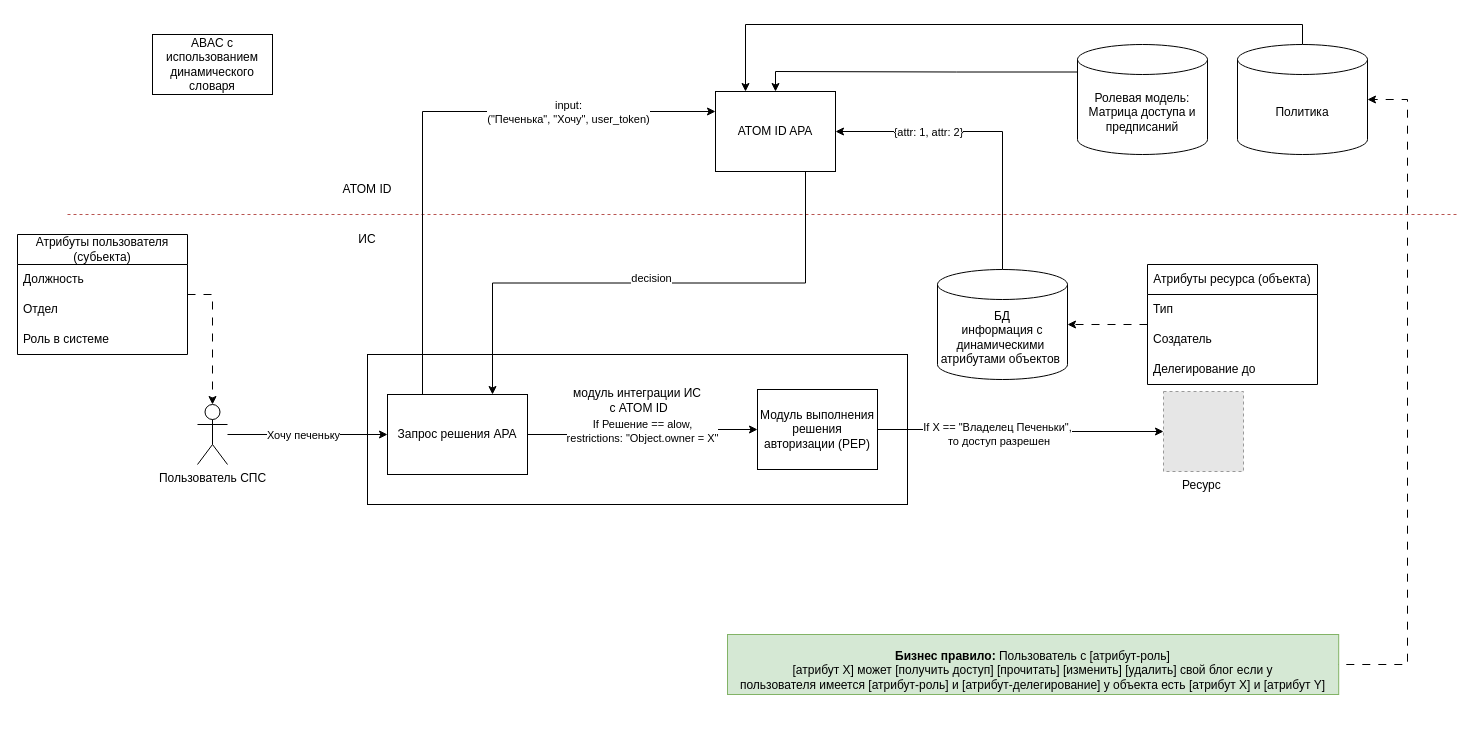
FIR-UIII/notes keeps this draw.io diagram as page "АРХ.AUTHZ.3" (3 of 4) of AppSec/Арх.паттерны.drawio. Above is the earlier version. Source tidied: cells renumbered, new cells numbered last; positions are measured from the earlier drawing's top-left corner, leaving out a move shared by most shapes. Both pictures are drawn from the tidied source at 100%, with x=0, y=0 at pixel (17, 34). Pictures stored in the file or linked from it are replaced by grey dashed boxes.
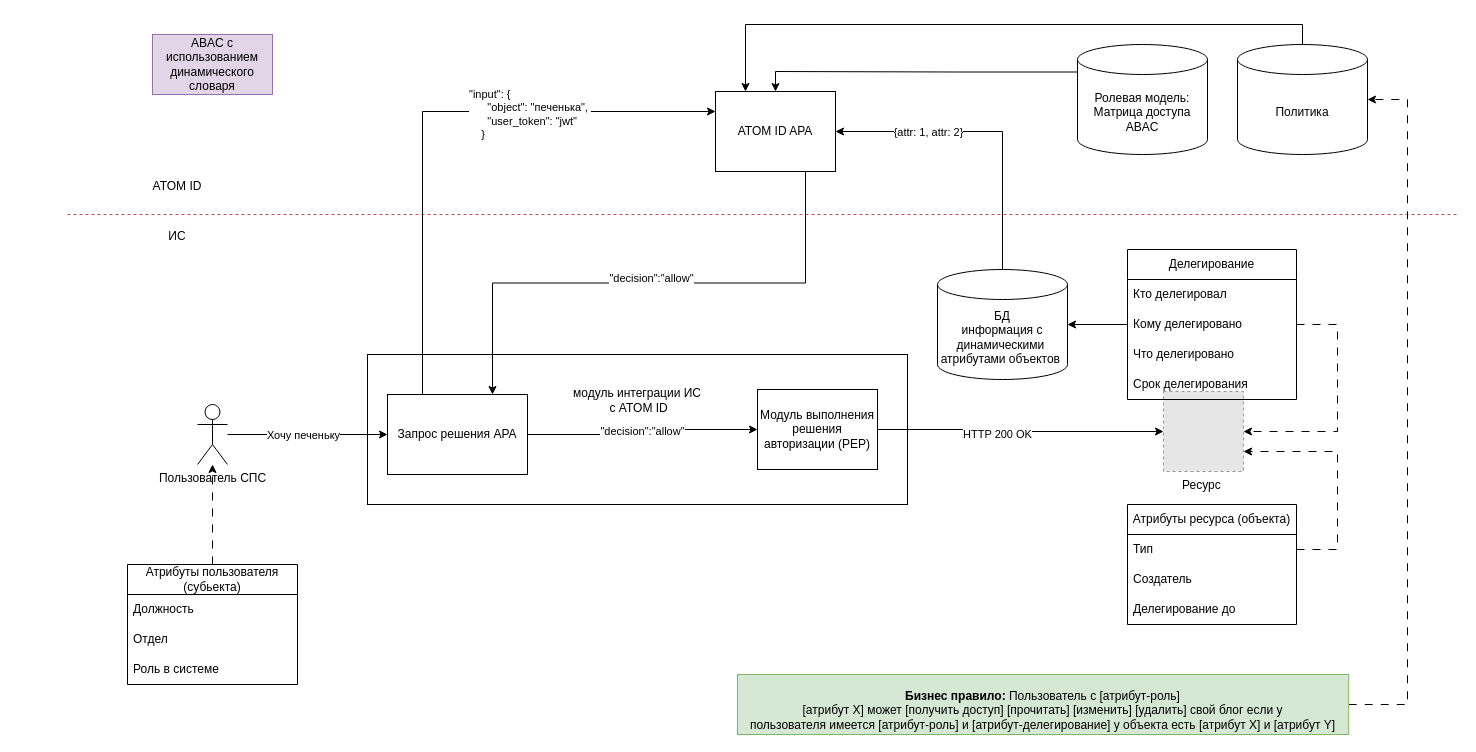
Above is the later version.

The change refers to these unchanged cells:
```xml
<mxCell id="5" style="edgeStyle=orthogonalEdgeStyle;rounded=0;jettySize=auto;html=1;entryX=0;entryY=0.25;entryDx=0;entryDy=0;exitX=0.25;exitY=0;exitDx=0;exitDy=0;" parent="1" edge="1" source="33" target="10">
  <mxGeometry relative="1" as="geometry" />
</mxCell>
<mxCell id="7" value="Модуль выполнения решения авторизации (&lt;span style=&quot;background-color: initial;&quot;&gt;PEP)&lt;/span&gt;" style="rounded=0;whiteSpace=wrap;html=1;" parent="1" vertex="1">
  <mxGeometry x="740" y="355" width="120" height="80" as="geometry" />
</mxCell>
<mxCell id="8" style="edgeStyle=orthogonalEdgeStyle;rounded=0;jettySize=auto;html=1;exitX=0.75;exitY=1;exitDx=0;exitDy=0;entryX=0.75;entryY=0;entryDx=0;entryDy=0;" parent="1" edge="1" source="10" target="33">
  <mxGeometry relative="1" as="geometry" />
</mxCell>
<mxCell id="14" style="edgeStyle=orthogonalEdgeStyle;rounded=0;jettySize=auto;html=1;exitX=1;exitY=0.5;exitDx=0;exitDy=0;entryX=0;entryY=0.5;entryDx=0;entryDy=0;" parent="1" edge="1" source="7" target="16">
  <mxGeometry relative="1" as="geometry" />
</mxCell>
<mxCell id="16" value="Ресурс " style="fillColor=#E6E6E6;strokeColor=#999999;dashed=1;verticalLabelPosition=bottom;labelBackgroundColor=default;verticalAlign=top;" parent="1" vertex="1">
  <mxGeometry x="1146" y="357" width="80" height="80" as="geometry" />
</mxCell>
<mxCell id="32" value="БД&lt;div&gt;информация c динамическими&amp;nbsp; атрибутами объектов&amp;nbsp;&lt;/div&gt;" style="shape=cylinder3;whiteSpace=wrap;html=1;boundedLbl=1;backgroundOutline=1;size=15;" parent="1" vertex="1">
  <mxGeometry x="920" y="235" width="130" height="110" as="geometry" />
</mxCell>
<mxCell id="33" value="Запрос решения APA" style="rounded=0;whiteSpace=wrap;html=1;" parent="1" vertex="1">
  <mxGeometry x="370" y="360" width="140" height="80" as="geometry" />
</mxCell>
<mxCell id="37" value="Политика" style="shape=cylinder3;whiteSpace=wrap;html=1;boundedLbl=1;backgroundOutline=1;size=15;" parent="1" vertex="1">
  <mxGeometry x="1220" y="10" width="130" height="110" as="geometry" />
</mxCell>
```

Diff of the diagram source:
```diff
@@
-    <mxCell id="3" style="edgeStyle=orthogonalEdgeStyle;rounded=0;jettySize=auto;html=1;entryX=1;entryY=0.5;entryDx=0;entryDy=0;entryPerimeter=0;dashed=1;dashPattern=8 8;" parent="1" edge="1" source="24" target="32">
-      <mxGeometry relative="1" as="geometry" />
-    </mxCell>
@@
-    <mxCell id="6" value="input:&lt;br&gt;(&quot;Печенька&quot;, &quot;Хочу&quot;, user_token)" style="edgeLabel;html=1;align=center;verticalAlign=middle;" parent="5" vertex="1">
-      <mxGeometry x="-0.15" relative="1" as="geometry">
-        <mxPoint x="145" y="-38" as="offset" />
-      </mxGeometry>
-    </mxCell>
+    <mxCell id="40" style="edgeLabel;html=1;align=center;verticalAlign=middle;fontFamily=Helvetica;fontSize=11;fontColor=default;labelBackgroundColor=default;fillColor=none;gradientColor=none;" parent="5" vertex="1">
+      <mxGeometry x="0.5" y="1" relative="1" as="geometry" />
+    </mxCell>
+    <mxCell id="41" value="&lt;span style=&quot;&quot;&gt;&quot;input&quot;: { &amp;nbsp; &amp;nbsp; &amp;nbsp;&lt;/span&gt;&lt;br style=&quot;&quot;&gt;&lt;span style=&quot;&quot;&gt;&amp;nbsp; &amp;nbsp; &amp;nbsp; &quot;object&quot;: &quot;печенька&quot;,&amp;nbsp;&lt;/span&gt;&lt;br style=&quot;&quot;&gt;&lt;span style=&quot;&quot;&gt;&amp;nbsp; &amp;nbsp; &amp;nbsp; &quot;user_token&quot;: &quot;jwt&quot;&lt;/span&gt;&lt;br style=&quot;&quot;&gt;&lt;span style=&quot;&quot;&gt;&amp;nbsp; &amp;nbsp; }&lt;/span&gt;" style="edgeLabel;html=1;align=left;verticalAlign=middle;fontFamily=Helvetica;fontSize=11;fontColor=default;labelBackgroundColor=default;fillColor=none;gradientColor=none;" parent="5" vertex="1">
+      <mxGeometry x="0.3" y="-2" relative="1" as="geometry">
+        <mxPoint x="-46" as="offset" />
+      </mxGeometry>
+    </mxCell>
@@
-    <mxCell id="9" value="decision" style="edgeLabel;html=1;align=center;verticalAlign=middle;labelBackgroundColor=default;" parent="8" vertex="1">
+    <mxCell id="9" value="&quot;decision&quot;:&quot;allow&quot;" style="edgeLabel;html=1;align=center;verticalAlign=middle;labelBackgroundColor=default;" parent="8" vertex="1">
       <mxGeometry x="0.16" relative="1" as="geometry">
         <mxPoint x="45" y="-5" as="offset" />
       </mxGeometry>
     </mxCell>
@@
-    <mxCell id="15" value="If X == &quot;Владелец Печеньки&quot;,&lt;br&gt;&amp;nbsp;то доступ разрешен" style="edgeLabel;html=1;align=center;verticalAlign=middle;" parent="14" vertex="1">
+    <mxCell id="15" value="HTTP 200 OK" style="edgeLabel;html=1;align=center;verticalAlign=middle;" parent="14" vertex="1">
       <mxGeometry x="-0.18" y="-4" relative="1" as="geometry">
         <mxPoint x="1" as="offset" />
       </mxGeometry>
     </mxCell>
@@
-    <mxCell id="18" value="Ролевая модель:&lt;br&gt;Матрица доступа и предписаний" style="shape=cylinder3;whiteSpace=wrap;html=1;boundedLbl=1;backgroundOutline=1;size=15;" parent="1" vertex="1">
+    <mxCell id="18" value="Ролевая модель:&lt;br&gt;Матрица доступа ABAC" style="shape=cylinder3;whiteSpace=wrap;html=1;boundedLbl=1;backgroundOutline=1;size=15;" parent="1" vertex="1">
       <mxGeometry x="1060" y="10" width="130" height="110" as="geometry" />
     </mxCell>
@@
     <mxCell id="20" value="Атрибуты пользователя (субьекта)" style="swimlane;fontStyle=0;horizontal=1;startSize=30;whiteSpace=wrap;html=1;" parent="1" vertex="1">
-      <mxGeometry y="200" width="170" height="120" as="geometry" />
+      <mxGeometry x="110" y="530" width="170" height="120" as="geometry" />
     </mxCell>
@@
+    <mxCell id="42" style="edgeStyle=orthogonalEdgeStyle;rounded=0;jettySize=auto;html=1;entryX=1;entryY=0.75;entryDx=0;entryDy=0;fontFamily=Helvetica;fontSize=11;fontColor=default;labelBackgroundColor=default;exitX=1;exitY=0.5;exitDx=0;exitDy=0;dashed=1;dashPattern=8 8;" parent="1" edge="1" source="25" target="16">
+      <mxGeometry relative="1" as="geometry">
+        <Array as="points">
+          <mxPoint x="1320" y="515" />
+          <mxPoint x="1320" y="417" />
+        </Array>
+      </mxGeometry>
+    </mxCell>
     <mxCell id="24" value="Атрибуты ресурса (объекта)" style="swimlane;fontStyle=0;horizontal=1;startSize=30;whiteSpace=wrap;html=1;" parent="1" vertex="1">
-      <mxGeometry x="1130" y="230" width="170" height="120" as="geometry" />
+      <mxGeometry x="1110" y="470" width="169" height="120" as="geometry" />
     </mxCell>
     <mxCell id="25" value="Тип" style="text;strokeColor=none;fillColor=none;align=left;verticalAlign=middle;spacingLeft=4;spacingRight=4;overflow=hidden;points=[[0,0.5],[1,0.5]];portConstraint=eastwest;whiteSpace=wrap;html=1;" parent="24" vertex="1">
-      <mxGeometry y="30" width="170" height="30" as="geometry" />
+      <mxGeometry y="30" width="169" height="30" as="geometry" />
     </mxCell>
     <mxCell id="26" value="Создатель" style="text;strokeColor=none;fillColor=none;align=left;verticalAlign=middle;spacingLeft=4;spacingRight=4;overflow=hidden;whiteSpace=wrap;html=1;" parent="24" vertex="1">
-      <mxGeometry y="60" width="170" height="30" as="geometry" />
+      <mxGeometry y="60" width="169" height="30" as="geometry" />
     </mxCell>
     <mxCell id="27" value="Делегирование до" style="text;strokeColor=none;fillColor=none;align=left;verticalAlign=middle;spacingLeft=4;spacingRight=4;overflow=hidden;whiteSpace=wrap;html=1;" parent="24" vertex="1">
-      <mxGeometry y="90" width="170" height="30" as="geometry" />
+      <mxGeometry y="90" width="169" height="30" as="geometry" />
     </mxCell>
     <mxCell id="28" value="ATOM ID" style="text;html=1;align=center;verticalAlign=middle;whiteSpace=wrap;rounded=0;" parent="1" vertex="1">
-      <mxGeometry x="320" y="140" width="60" height="30" as="geometry" />
+      <mxGeometry x="130" y="137" width="60" height="30" as="geometry" />
     </mxCell>
     <mxCell id="29" value="ИС" style="text;html=1;align=center;verticalAlign=middle;whiteSpace=wrap;rounded=0;" parent="1" vertex="1">
-      <mxGeometry x="320" y="190" width="60" height="30" as="geometry" />
+      <mxGeometry x="130" y="187" width="60" height="30" as="geometry" />
     </mxCell>
@@
-    <mxCell id="34" value="If Решение == alow, &lt;br&gt;restrictions: &quot;Object.owner = X&quot;" style="edgeStyle=orthogonalEdgeStyle;rounded=0;jettySize=auto;html=1;entryX=0;entryY=0.5;entryDx=0;entryDy=0;exitX=1;exitY=0.5;exitDx=0;exitDy=0;" parent="1" edge="1" source="33" target="7">
+    <mxCell id="34" value="&quot;decision&quot;:&quot;allow&quot;" style="edgeStyle=orthogonalEdgeStyle;rounded=0;jettySize=auto;html=1;entryX=0;entryY=0.5;entryDx=0;entryDy=0;exitX=1;exitY=0.5;exitDx=0;exitDy=0;" parent="1" edge="1" source="33" target="7">
       <mxGeometry relative="1" as="geometry" />
     </mxCell>
-    <mxCell id="35" value="ABAC с использованием динамического словаря" style="rounded=0;whiteSpace=wrap;html=1;" parent="1" vertex="1">
+    <mxCell id="35" value="ABAC с использованием динамического словаря" style="rounded=0;whiteSpace=wrap;html=1;fillColor=#e1d5e7;strokeColor=#9673a6;" parent="1" vertex="1">
       <mxGeometry x="135" width="120" height="60" as="geometry" />
     </mxCell>
@@
     <mxCell id="38" style="edgeStyle=orthogonalEdgeStyle;rounded=0;jettySize=auto;html=1;exitX=1;exitY=0.5;exitDx=0;exitDy=0;entryX=1;entryY=0.5;entryDx=0;entryDy=0;entryPerimeter=0;dashed=1;dashPattern=8 8;" parent="1" edge="1" source="39" target="37">
       <mxGeometry relative="1" as="geometry">
         <Array as="points">
-          <mxPoint x="1261" y="630" />
-          <mxPoint x="1390" y="630" />
+          <mxPoint x="1390" y="670" />
           <mxPoint x="1390" y="65" />
         </Array>
       </mxGeometry>
     </mxCell>
     <mxCell id="39" value="&lt;p style=&quot;margin-bottom:0cm;margin-bottom:.0001pt;line-height:&amp;lt;br/&amp;gt;normal&quot; class=&quot;MsoNormal&quot;&gt;&lt;span style=&quot;font-size:9.0pt;mso-bidi-font-size:11.0pt&quot;&gt;&lt;b&gt;Бизнес правило:&lt;/b&gt; Пользователь с [атрибут-роль]&lt;br&gt;[атрибут X] может [получить доступ] [прочитать] [изменить] [удалить] свой блог если у&lt;br&gt;пользователя имеется&amp;nbsp;&lt;/span&gt;[атрибут-роль] и&amp;nbsp;&lt;span style=&quot;background-color: transparent; color: light-dark(rgb(0, 0, 0), rgb(255, 255, 255));&quot;&gt;[атрибут-делегирование]&amp;nbsp;&lt;/span&gt;&lt;span style=&quot;background-color: transparent; color: light-dark(rgb(0, 0, 0), rgb(255, 255, 255)); font-size: 9pt;&quot;&gt;у объекта есть [атрибут X] и&amp;nbsp;&lt;/span&gt;&lt;span style=&quot;background-color: transparent; color: light-dark(rgb(0, 0, 0), rgb(255, 255, 255));&quot;&gt;[атрибут Y]&lt;/span&gt;&lt;/p&gt;" style="rounded=0;whiteSpace=wrap;html=1;fillColor=#d5e8d4;strokeColor=#82b366;" parent="1" vertex="1">
-      <mxGeometry x="710" y="600" width="611.2" height="60" as="geometry" />
+      <mxGeometry x="720" y="640" width="611.2" height="60" as="geometry" />
     </mxCell>
+    <mxCell id="43" value="Делегирование" style="swimlane;fontStyle=0;horizontal=1;startSize=30;whiteSpace=wrap;html=1;" parent="1" vertex="1">
+      <mxGeometry x="1110" y="215" width="169" height="150" as="geometry" />
+    </mxCell>
+    <mxCell id="44" value="Кто делегировал" style="text;strokeColor=none;fillColor=none;align=left;verticalAlign=middle;spacingLeft=4;spacingRight=4;overflow=hidden;whiteSpace=wrap;html=1;" parent="43" vertex="1">
+      <mxGeometry y="30" width="169" height="30" as="geometry" />
+    </mxCell>
+    <mxCell id="45" value="Кому делегировано" style="text;strokeColor=none;fillColor=none;align=left;verticalAlign=middle;spacingLeft=4;spacingRight=4;overflow=hidden;points=[[0,0.5],[1,0.5]];portConstraint=eastwest;whiteSpace=wrap;html=1;" parent="43" vertex="1">
+      <mxGeometry y="60" width="169" height="30" as="geometry" />
+    </mxCell>
+    <mxCell id="46" value="Что делегировано" style="text;strokeColor=none;fillColor=none;align=left;verticalAlign=middle;spacingLeft=4;spacingRight=4;overflow=hidden;whiteSpace=wrap;html=1;" parent="43" vertex="1">
+      <mxGeometry y="90" width="169" height="30" as="geometry" />
+    </mxCell>
+    <mxCell id="47" value="Срок делегирования" style="text;strokeColor=none;fillColor=none;align=left;verticalAlign=middle;spacingLeft=4;spacingRight=4;overflow=hidden;whiteSpace=wrap;html=1;" parent="43" vertex="1">
+      <mxGeometry y="120" width="169" height="30" as="geometry" />
+    </mxCell>
+    <mxCell id="48" style="edgeStyle=orthogonalEdgeStyle;rounded=0;jettySize=auto;html=1;exitX=0;exitY=0.5;exitDx=0;exitDy=0;entryX=1;entryY=0.5;entryDx=0;entryDy=0;entryPerimeter=0;fontFamily=Helvetica;fontSize=11;fontColor=default;labelBackgroundColor=default;" parent="1" edge="1" source="45" target="32">
+      <mxGeometry relative="1" as="geometry" />
+    </mxCell>
+    <mxCell id="49" style="edgeStyle=orthogonalEdgeStyle;rounded=0;jettySize=auto;html=1;exitX=1;exitY=0.5;exitDx=0;exitDy=0;entryX=1;entryY=0.5;entryDx=0;entryDy=0;fontFamily=Helvetica;fontSize=11;fontColor=default;labelBackgroundColor=default;dashed=1;dashPattern=8 8;" parent="1" edge="1" source="45" target="16">
+      <mxGeometry relative="1" as="geometry">
+        <Array as="points">
+          <mxPoint x="1320" y="290" />
+          <mxPoint x="1320" y="397" />
+        </Array>
+      </mxGeometry>
+    </mxCell>
```
